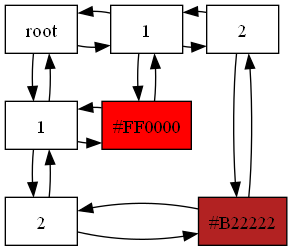
This is Fase2_EDD/matrix.png from FranklinONP/EDD_PROYECTO_202200089, a Graphviz export, as it was before one commit. Its source is kept beside it as Fase2_EDD/matrix.dot.
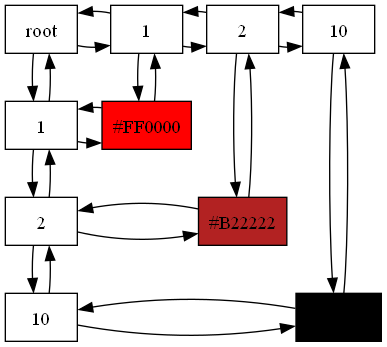
Above is the later version.

Change to the diagram source:
```diff
@@ -11,9 +11,14 @@
  "Nodo2_0"->"Nodo2_2"
  "Nodo2_0"->"Nodo2_2"[dir = back]
  "Nodo3_0"[label = "2", group="3"]
+ "Nodo3_0"->"Nodo11_0"
+ "Nodo3_0"->"Nodo11_0"[dir = back]
  "Nodo3_0"->"Nodo3_3"
  "Nodo3_0"->"Nodo3_3"[dir = back]
- {rank=same;"Nodo0_0";"Nodo2_0";"Nodo3_0"}
+ "Nodo11_0"[label = "10", group="11"]
+ "Nodo11_0"->"Nodo11_11"
+ "Nodo11_0"->"Nodo11_11"[dir = back]
+ {rank=same;"Nodo0_0";"Nodo2_0";"Nodo3_0";"Nodo11_0"}
  "Nodo0_2"[label = "1", group="0"]
  "Nodo0_2"->"Nodo2_2"
  "Nodo0_2"->"Nodo2_2"[dir = back]
@@ -24,6 +29,13 @@
  "Nodo0_3"[label = "2", group="0"]
  "Nodo0_3"->"Nodo3_3"
  "Nodo0_3"->"Nodo3_3"[dir = back]
+ "Nodo0_3"->"Nodo0_11"
+ "Nodo0_3"->"Nodo0_11"[dir = back]
  "Nodo3_3"[label = "#B22222", style = filled, fillcolor= "#B22222" group="3"]
  {rank=same;"Nodo0_3";"Nodo3_3"}
+ "Nodo0_11"[label = "10", group="0"]
+ "Nodo0_11"->"Nodo11_11"
+ "Nodo0_11"->"Nodo11_11"[dir = back]
+ "Nodo11_11"[label = "#000000", style = filled, fillcolor= "#000000" group="11"]
+ {rank=same;"Nodo0_11";"Nodo11_11"}
  }
```
